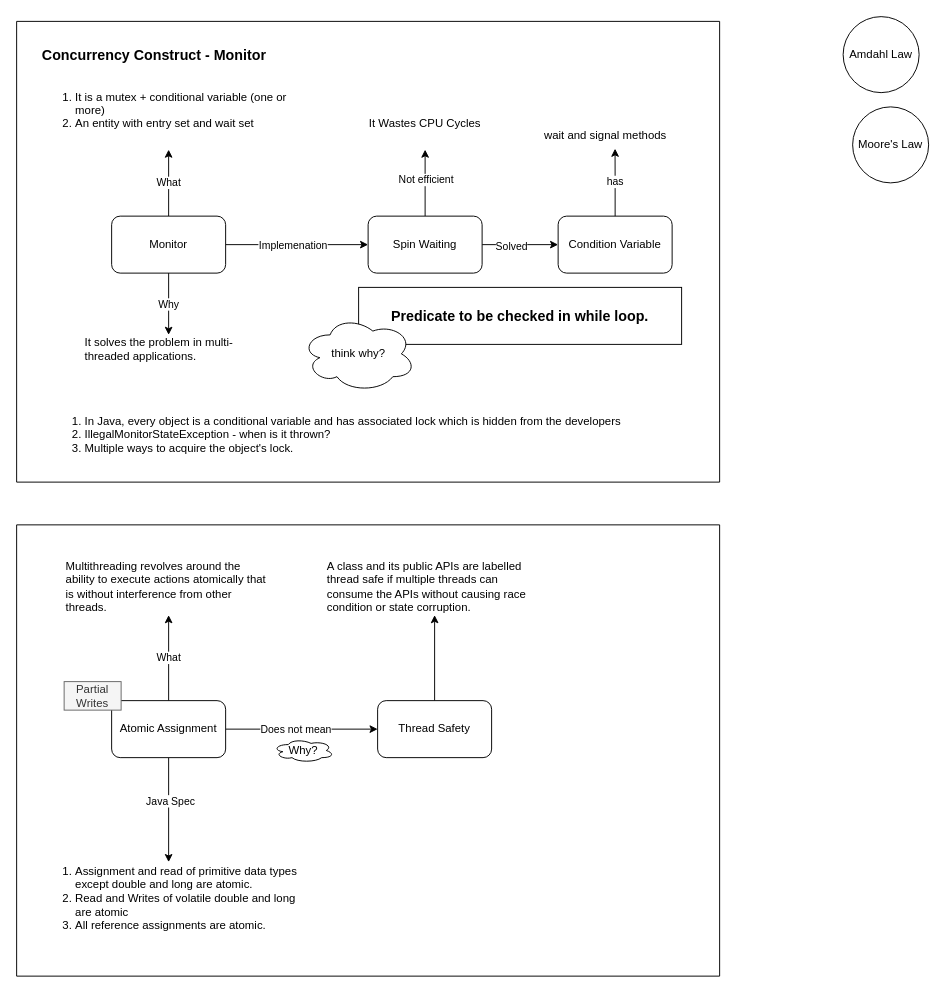
Above: multithreading-java.drawio in balaprojects/graphical_notes (draw.io), before the change. Source tidied: cells renumbered, new cells numbered last; positions are measured from the earlier drawing's top-left corner, leaving out a move shared by most shapes. Both pictures are drawn from the tidied source at 95%, with x=0, y=0 at pixel (16, 16).
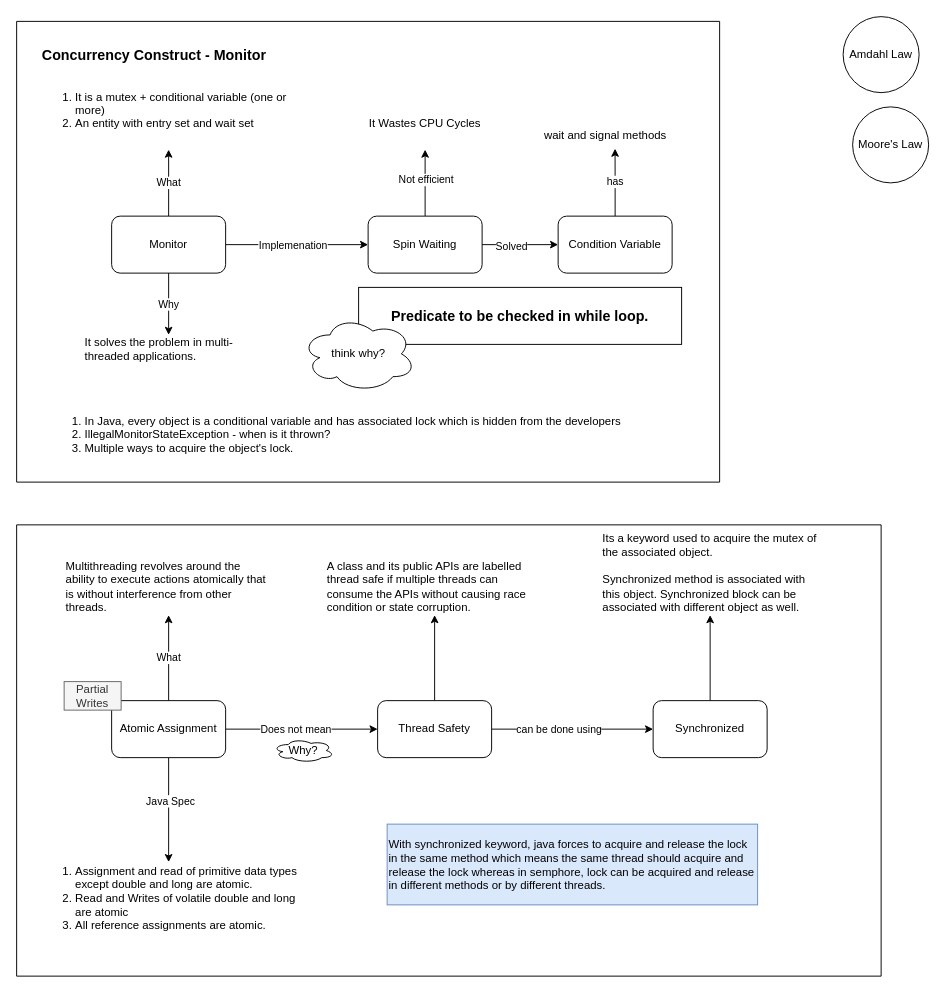
After the change.

The change refers to these unchanged cells:
```xml
<mxCell id="34" value="Thread Safety" style="rounded=1;whiteSpace=wrap;html=1;" parent="25" vertex="1">
  <mxGeometry x="380" y="185" width="120" height="60" as="geometry" />
</mxCell>
```

What changed in the source:
```diff
@@
     <mxCell id="25" style="swimlane;startSize=0;" parent="1" vertex="1">
-      <mxGeometry y="535" width="740" height="475" as="geometry" />
+      <mxGeometry y="535" width="910" height="475" as="geometry" />
     </mxCell>
@@
+    <mxCell id="39" style="edgeStyle=orthogonalEdgeStyle;rounded=0;jettySize=auto;html=1;" parent="25" edge="1" source="34" target="42">
+      <mxGeometry relative="1" as="geometry" />
+    </mxCell>
+    <mxCell id="40" value="can be done using" style="edgeLabel;html=1;align=center;verticalAlign=middle;" parent="39" vertex="1">
+      <mxGeometry x="-0.35" y="1" relative="1" as="geometry">
+        <mxPoint x="15" y="1" as="offset" />
+      </mxGeometry>
+    </mxCell>
@@
+    <mxCell id="41" style="edgeStyle=orthogonalEdgeStyle;rounded=0;jettySize=auto;html=1;" parent="25" edge="1" source="42" target="43">
+      <mxGeometry relative="1" as="geometry" />
+    </mxCell>
+    <mxCell id="42" value="Synchronized" style="rounded=1;whiteSpace=wrap;html=1;" parent="25" vertex="1">
+      <mxGeometry x="670" y="185" width="120" height="60" as="geometry" />
+    </mxCell>
+    <mxCell id="43" value="Its a keyword used to acquire the mutex of the associated object.&lt;div&gt;&lt;br&gt;&lt;/div&gt;&lt;div&gt;Synchronized method is associated with this object. Synchronized block can be associated with different object as well.&lt;/div&gt;&lt;div&gt;&lt;br&gt;&lt;/div&gt;&lt;div&gt;&lt;br&gt;&lt;/div&gt;" style="text;html=1;align=left;verticalAlign=middle;whiteSpace=wrap;rounded=0;" parent="25" vertex="1">
+      <mxGeometry x="615" y="35" width="230" height="60" as="geometry" />
+    </mxCell>
+    <mxCell id="44" value="With synchronized keyword, java forces to acquire and release the lock in the same method which means the same thread should acquire and release the lock whereas in semphore, lock can be acquired and release in different methods or by different threads." style="text;html=1;align=left;verticalAlign=middle;whiteSpace=wrap;rounded=0;fillColor=#dae8fc;strokeColor=#6c8ebf;" parent="25" vertex="1">
+      <mxGeometry x="390" y="315" width="390" height="85" as="geometry" />
+    </mxCell>
```
